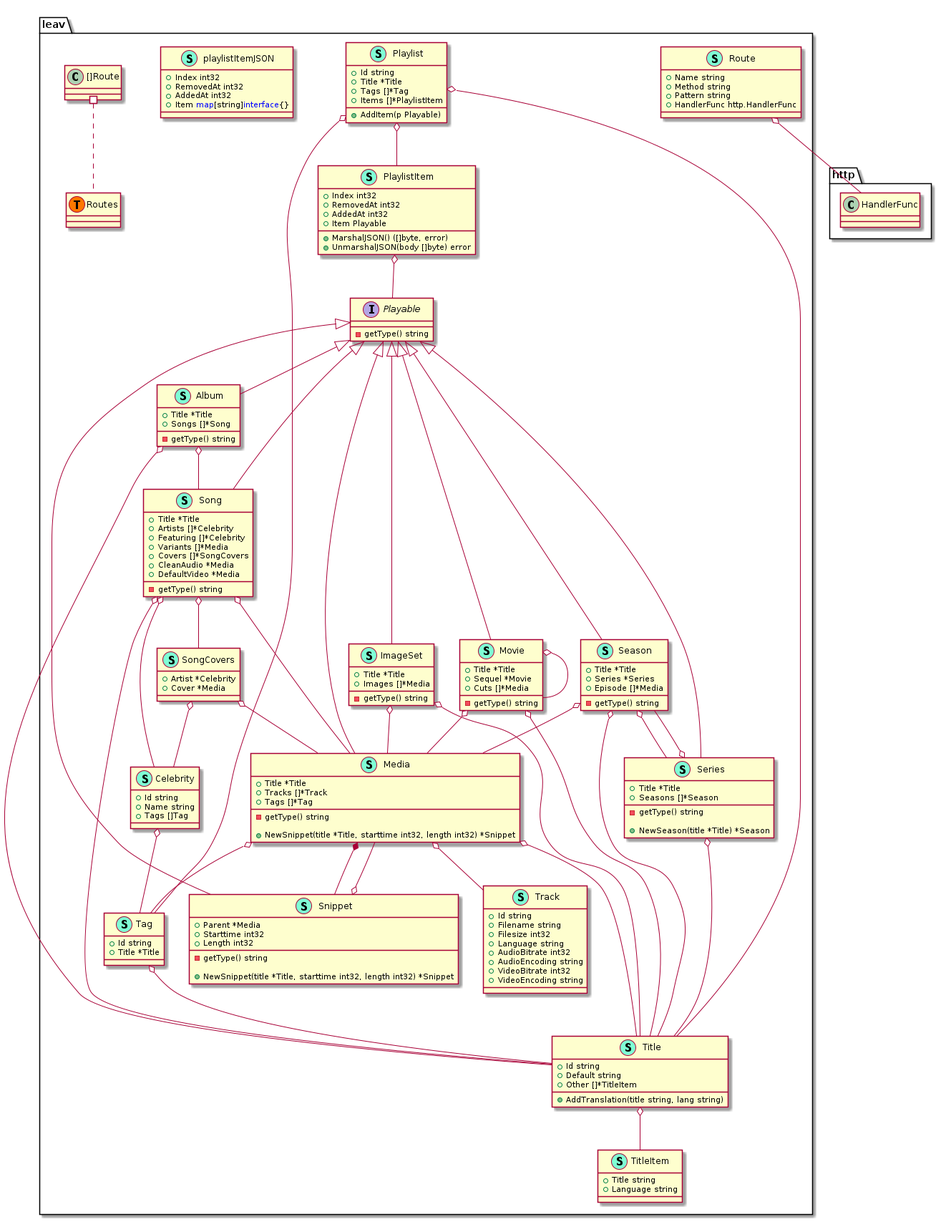
Before: api/uml_diagram.png, a diagram exported from PlantUML (lea-video/backend).
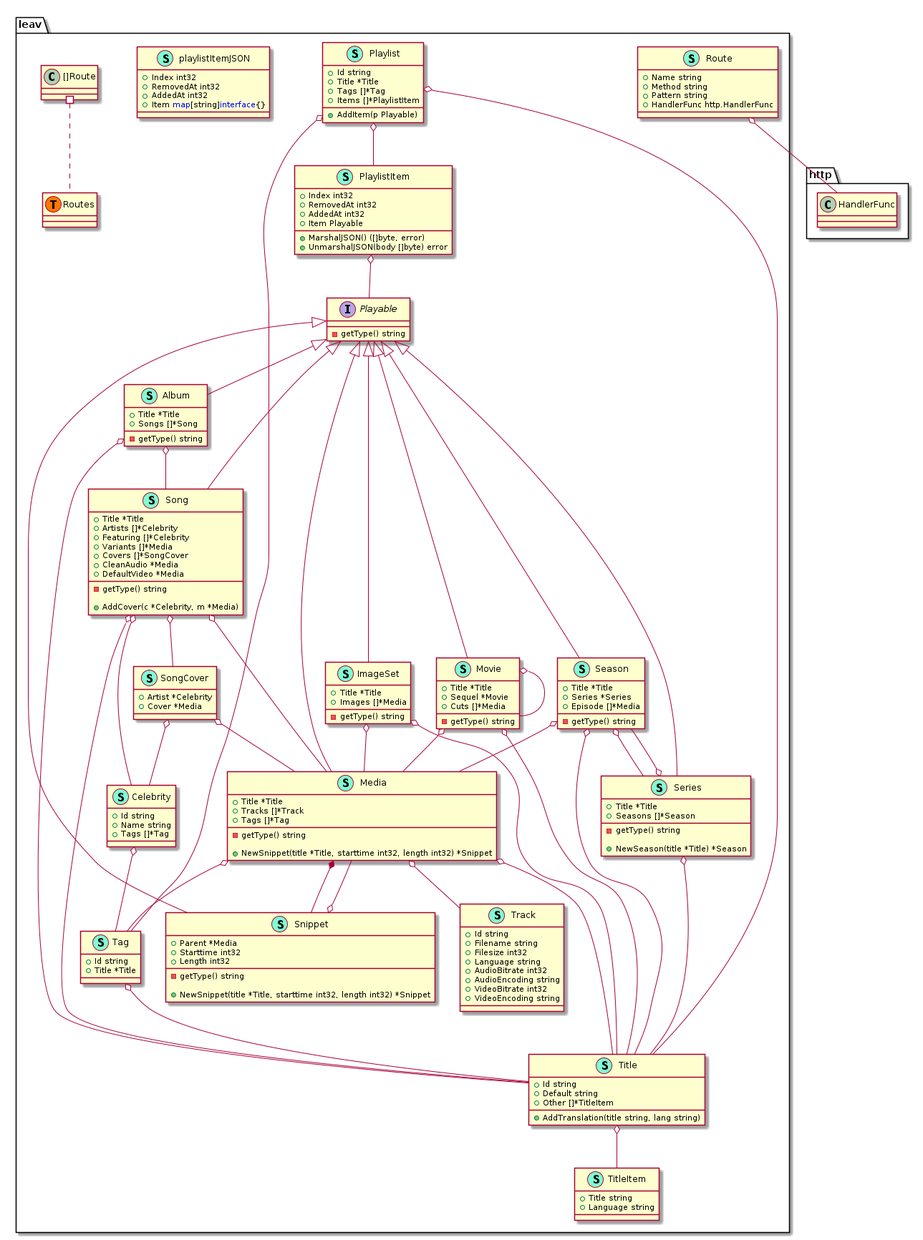
Above is the later version.

Commit message:
Update UML-Diagram

Diff of the diagram source:
```diff
@@ -10,7 +10,7 @@
     class Celebrity << (S,Aquamarine) >> {
         + Id string
         + Name string
-        + Tags []Tag
+        + Tags []*Tag
 
     }
     class ImageSet << (S,Aquamarine) >> {
@@ -100,14 +100,16 @@
         + Artists []*Celebrity
         + Featuring []*Celebrity
         + Variants []*Media
-        + Covers []*SongCovers
+        + Covers []*SongCover
         + CleanAudio *Media
         + DefaultVideo *Media
 
         - getType() string
 
+        + AddCover(c *Celebrity, m *Media)
+
     }
-    class SongCovers << (S,Aquamarine) >> {
+    class SongCover << (S,Aquamarine) >> {
         + Artist *Celebrity
         + Cover *Media
 
@@ -186,10 +188,10 @@
 "leav.Snippet" o-- "leav.Media"
 "leav.Song" o-- "leav.Celebrity"
 "leav.Song" o-- "leav.Media"
-"leav.Song" o-- "leav.SongCovers"
+"leav.Song" o-- "leav.SongCover"
 "leav.Song" o-- "leav.Title"
-"leav.SongCovers" o-- "leav.Celebrity"
-"leav.SongCovers" o-- "leav.Media"
+"leav.SongCover" o-- "leav.Celebrity"
+"leav.SongCover" o-- "leav.Media"
 "leav.Tag" o-- "leav.Title"
 "leav.Title" o-- "leav.TitleItem"
 
```
